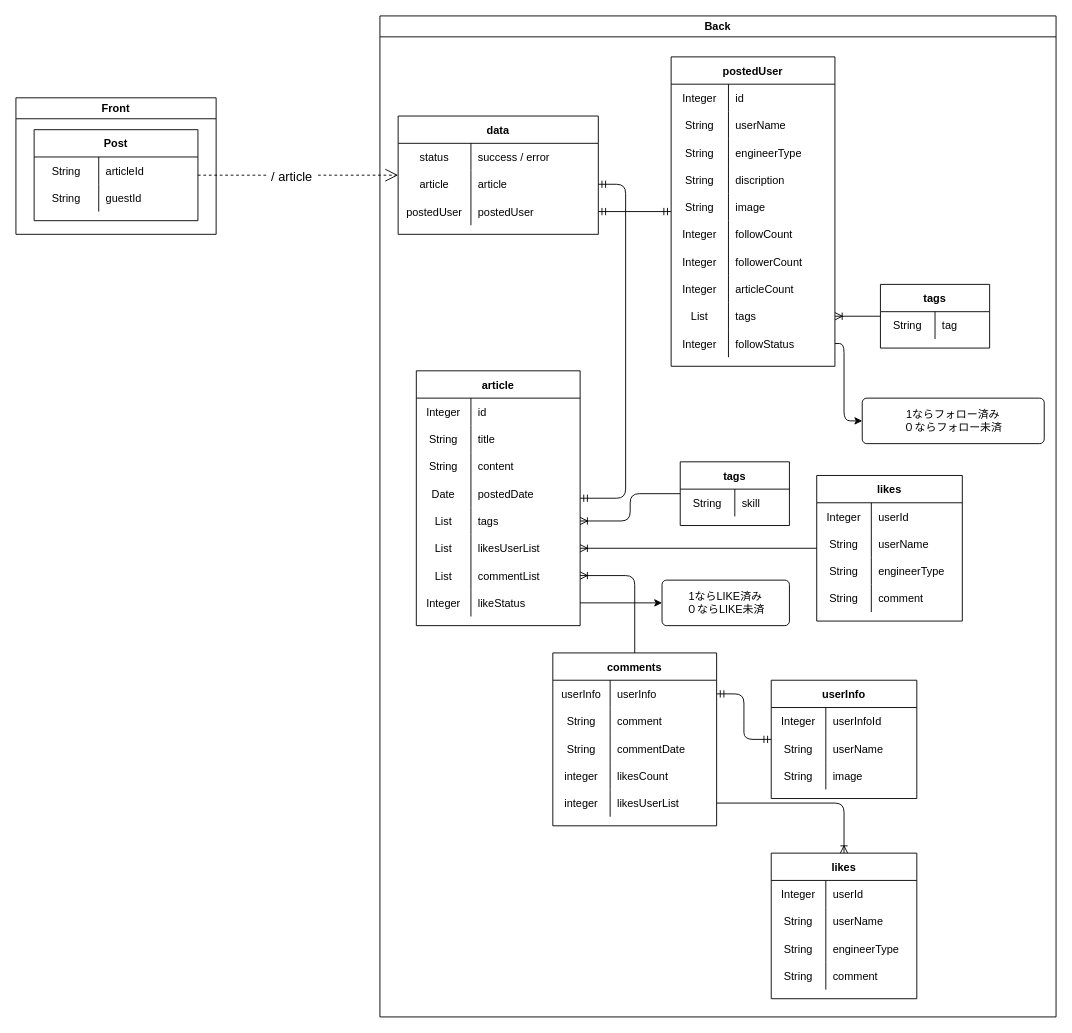
Earlier version of the draw.io diagram page "[表示]記事詳細" (7 of 20) of Designs/基本設計.drawio (yusuke-rakus/Qiish). Source tidied: cells renumbered, new cells numbered last; positions are measured from the earlier drawing's top-left corner, leaving out a move shared by most shapes. Both pictures are drawn from the tidied source at 91%, with x=0, y=0 at pixel (15, 15).
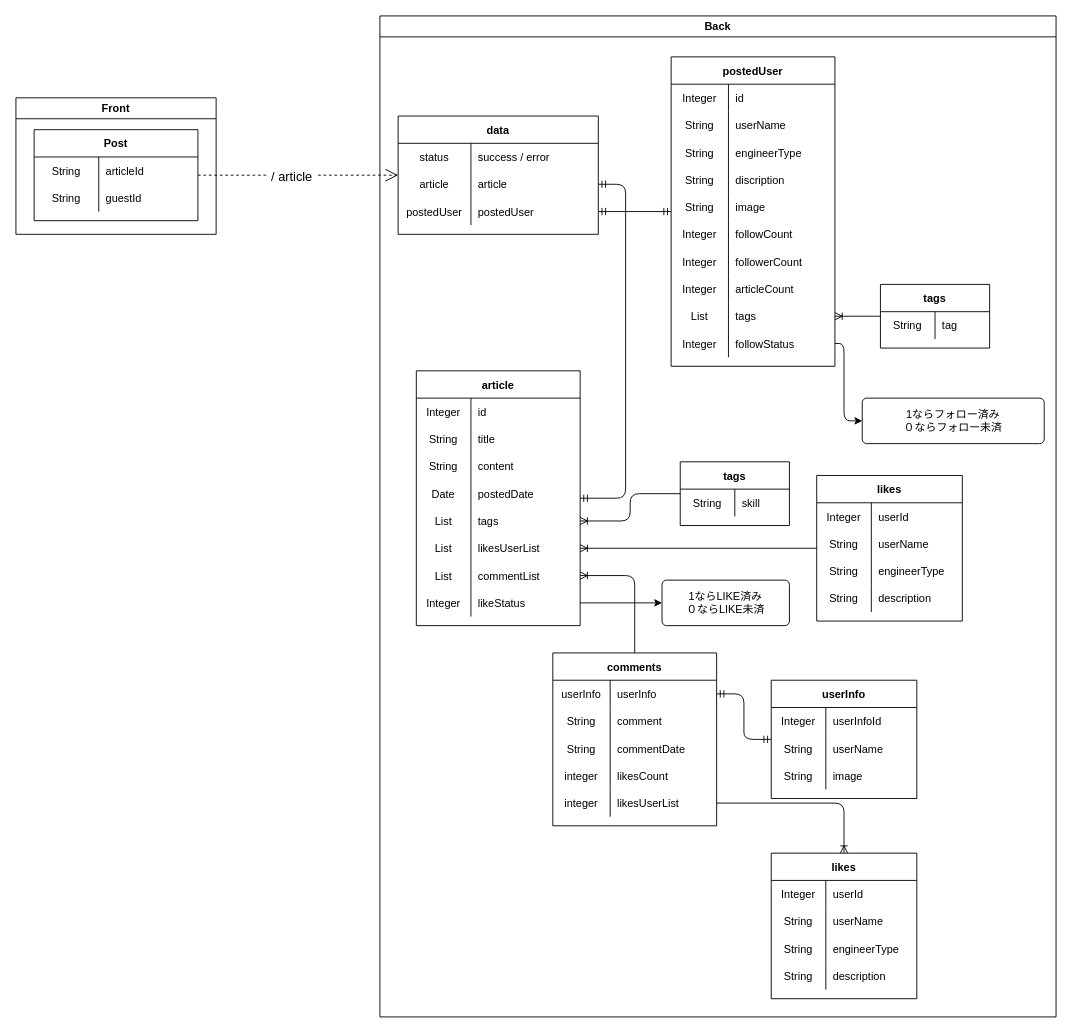
Above is the later version.

The change refers to these unchanged cells:
```xml
<mxCell id="55" style="shape=partialRectangle;fillColor=none;top=0;left=0;bottom=0;right=0;" parent="45" vertex="1">
  <mxGeometry y="120" width="160" height="30" as="geometry" />
</mxCell>
<mxCell id="145" style="shape=partialRectangle;fillColor=none;top=0;left=0;bottom=0;right=0;" parent="135" vertex="1">
  <mxGeometry y="120" width="160" height="30" as="geometry" />
</mxCell>
```

Change to the diagram source:
```diff
@@
-    <mxCell id="57" value="comment" style="shape=partialRectangle;fillColor=none;top=0;left=0;bottom=0;right=0;align=left;spacingLeft=6;overflow=hidden;" parent="55" vertex="1">
+    <mxCell id="57" value="description" style="shape=partialRectangle;fillColor=none;top=0;left=0;bottom=0;right=0;align=left;spacingLeft=6;overflow=hidden;" parent="55" vertex="1">
       <mxGeometry x="60" width="100" height="30" as="geometry" />
     </mxCell>
@@
-    <mxCell id="147" value="comment" style="shape=partialRectangle;fillColor=none;top=0;left=0;bottom=0;right=0;align=left;spacingLeft=6;overflow=hidden;" parent="145" vertex="1">
+    <mxCell id="147" value="description" style="shape=partialRectangle;fillColor=none;top=0;left=0;bottom=0;right=0;align=left;spacingLeft=6;overflow=hidden;" parent="145" vertex="1">
       <mxGeometry x="60" width="100" height="30" as="geometry" />
     </mxCell>
```
